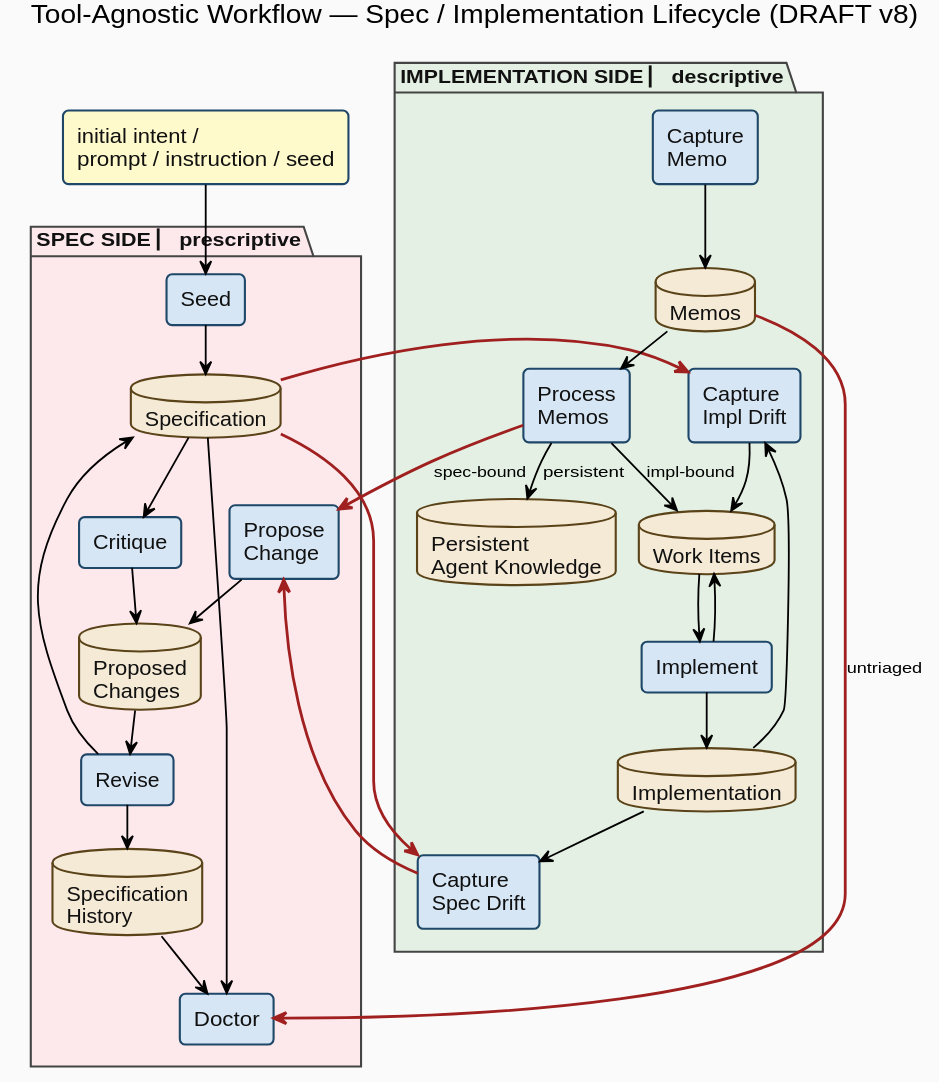
The PlantUML diagram research/workflow-processes/diagrams/draft-tool-agnostic-workflow.svg in thewoolleyman/livespec, before a commit.
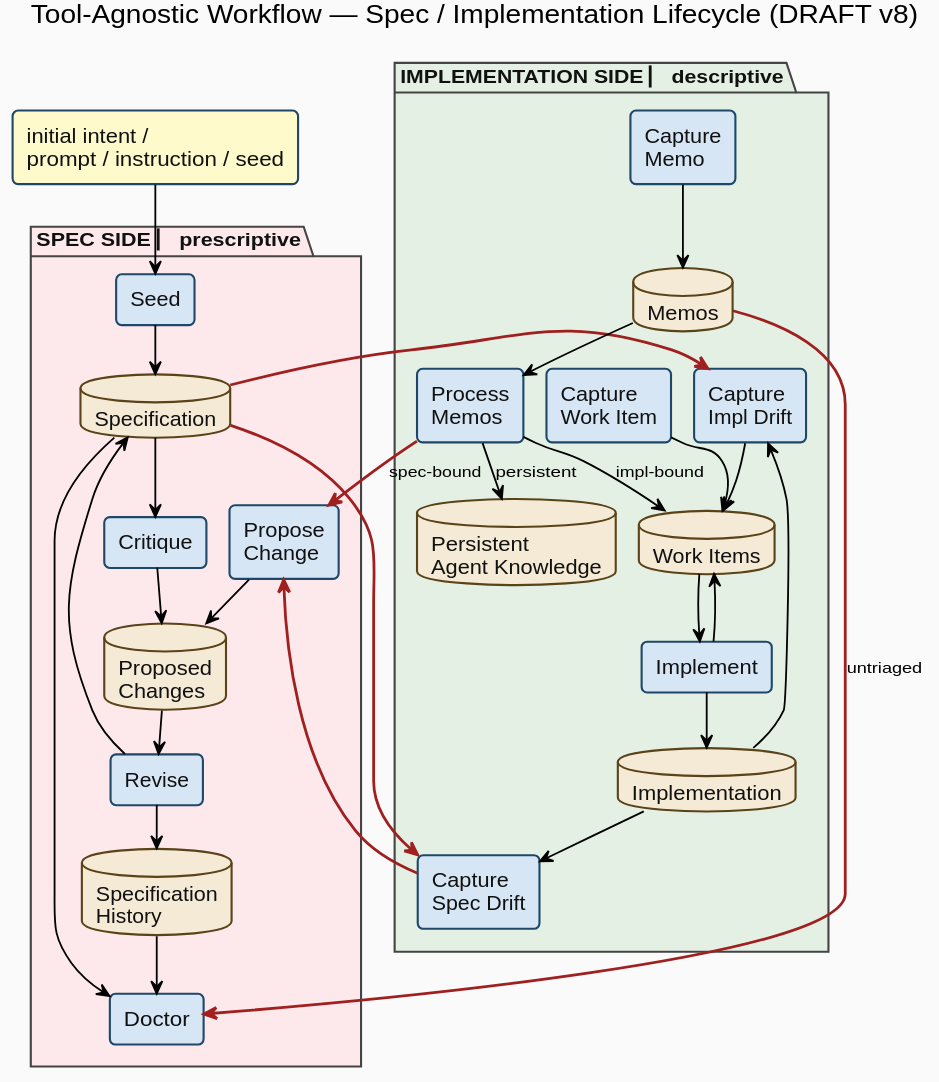
After the commit.

Commit message:
docs(research): add Capture Work Item node + livespec:next placeholder

What changed in the source:
```diff
@@ -53,6 +53,7 @@
 
 package "IMPLEMENTATION SIDE  ▏ descriptive" as ImplPkg #e3f0e3 {
   rectangle "Capture\nImpl Drift" as CaptureImplDrift
+  rectangle "Capture\nWork Item" as CaptureWorkItem
   rectangle "Implement" as Implement
   rectangle "Capture\nSpec Drift" as CaptureSpecDrift
   rectangle "Capture\nMemo" as CaptureMemo
@@ -87,6 +88,8 @@
 Implement --> Impl
 Implement --> WorkItems
 
+CaptureWorkItem --> WorkItems
+
 Impl --> CaptureSpecDrift
 
 CaptureSpecDrift -[#a02020,thickness=2]-> Propose
```
